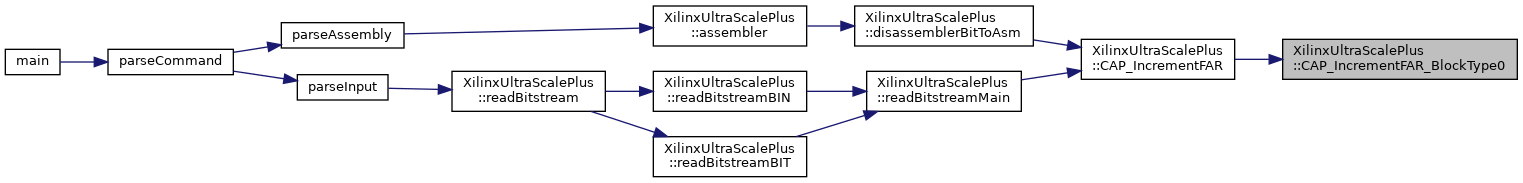
Above: classXilinxUltraScalePlus_aa6997b8778b444e63ad8eb486147fbad_icgraph.png in FPGA-Research-Manchester/byteman (Graphviz), before the change. Its source is kept beside it as classXilinxUltraScalePlus_aa6997b8778b444e63ad8eb486147fbad_icgraph.dot.
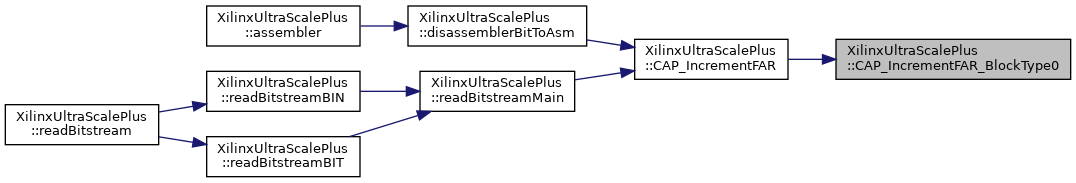
The same file after the commit.

What changed in the source:
```diff
@@ -10,22 +10,13 @@
   Node3 [label="XilinxUltraScalePlus\l::disassemblerBitToAsm",height=0.2,width=0.4,color="black", fillcolor="white", style="filled",URL="$classXilinxUltraScalePlus.html#a54f9af4b6723a99c0b9e8e9c9b424d00",tooltip=" "];
   Node3 -> Node4 [dir="back",color="midnightblue",fontsize="10",style="solid",fontname="Helvetica"];
   Node4 [label="XilinxUltraScalePlus\l::assembler",height=0.2,width=0.4,color="black", fillcolor="white", style="filled",URL="$classXilinxUltraScalePlus.html#a53e5f6ec962f1f2a961f90b8b9e90e10",tooltip=" "];
-  Node4 -> Node5 [dir="back",color="midnightblue",fontsize="10",style="solid",fontname="Helvetica"];
-  Node5 [label="parseAssembly",height=0.2,width=0.4,color="black", fillcolor="white", style="filled",URL="$byteman_8cpp.html#abdebe35e6ba3749eaa14350ca0942419",tooltip=" "];
+  Node2 -> Node5 [dir="back",color="midnightblue",fontsize="10",style="solid",fontname="Helvetica"];
+  Node5 [label="XilinxUltraScalePlus\l::readBitstreamMain",height=0.2,width=0.4,color="black", fillcolor="white", style="filled",URL="$classXilinxUltraScalePlus.html#ade1b1830c328d64beb957417ecc445b3",tooltip=" "];
   Node5 -> Node6 [dir="back",color="midnightblue",fontsize="10",style="solid",fontname="Helvetica"];
-  Node6 [label="parseCommand",height=0.2,width=0.4,color="black", fillcolor="white", style="filled",URL="$byteman_8cpp.html#a913ad3944130fafece24fe460db9b6aa",tooltip=" "];
+  Node6 [label="XilinxUltraScalePlus\l::readBitstreamBIN",height=0.2,width=0.4,color="black", fillcolor="white", style="filled",URL="$classXilinxUltraScalePlus.html#ae197b2b5b423cd1be99409c70f51bc37",tooltip=" "];
   Node6 -> Node7 [dir="back",color="midnightblue",fontsize="10",style="solid",fontname="Helvetica"];
-  Node7 [label="main",height=0.2,width=0.4,color="black", fillcolor="white", style="filled",URL="$byteman_8cpp.html#a0ddf1224851353fc92bfbff6f499fa97",tooltip=" "];
-  Node2 -> Node8 [dir="back",color="midnightblue",fontsize="10",style="solid",fontname="Helvetica"];
-  Node8 [label="XilinxUltraScalePlus\l::readBitstreamMain",height=0.2,width=0.4,color="black", fillcolor="white", style="filled",URL="$classXilinxUltraScalePlus.html#ade1b1830c328d64beb957417ecc445b3",tooltip=" "];
-  Node8 -> Node9 [dir="back",color="midnightblue",fontsize="10",style="solid",fontname="Helvetica"];
-  Node9 [label="XilinxUltraScalePlus\l::readBitstreamBIN",height=0.2,width=0.4,color="black", fillcolor="white", style="filled",URL="$classXilinxUltraScalePlus.html#ae197b2b5b423cd1be99409c70f51bc37",tooltip=" "];
-  Node9 -> Node10 [dir="back",color="midnightblue",fontsize="10",style="solid",fontname="Helvetica"];
-  Node10 [label="XilinxUltraScalePlus\l::readBitstream",height=0.2,width=0.4,color="black", fillcolor="white", style="filled",URL="$classXilinxUltraScalePlus.html#a0e5d08a2e5c37a29a1a04d50b48739d2",tooltip=" "];
-  Node10 -> Node11 [dir="back",color="midnightblue",fontsize="10",style="solid",fontname="Helvetica"];
-  Node11 [label="parseInput",height=0.2,width=0.4,color="black", fillcolor="white", style="filled",URL="$byteman_8cpp.html#a4dbd88e4909b2f0429f9d0b2fc2608bb",tooltip=" "];
-  Node11 -> Node6 [dir="back",color="midnightblue",fontsize="10",style="solid",fontname="Helvetica"];
-  Node8 -> Node12 [dir="back",color="midnightblue",fontsize="10",style="solid",fontname="Helvetica"];
-  Node12 [label="XilinxUltraScalePlus\l::readBitstreamBIT",height=0.2,width=0.4,color="black", fillcolor="white", style="filled",URL="$classXilinxUltraScalePlus.html#a62dea738808396d7d520f26d8e5594d2",tooltip=" "];
-  Node12 -> Node10 [dir="back",color="midnightblue",fontsize="10",style="solid",fontname="Helvetica"];
+  Node7 [label="XilinxUltraScalePlus\l::readBitstream",height=0.2,width=0.4,color="black", fillcolor="white", style="filled",URL="$classXilinxUltraScalePlus.html#a0e5d08a2e5c37a29a1a04d50b48739d2",tooltip=" "];
+  Node5 -> Node8 [dir="back",color="midnightblue",fontsize="10",style="solid",fontname="Helvetica"];
+  Node8 [label="XilinxUltraScalePlus\l::readBitstreamBIT",height=0.2,width=0.4,color="black", fillcolor="white", style="filled",URL="$classXilinxUltraScalePlus.html#a62dea738808396d7d520f26d8e5594d2",tooltip=" "];
+  Node8 -> Node7 [dir="back",color="midnightblue",fontsize="10",style="solid",fontname="Helvetica"];
 }
```
